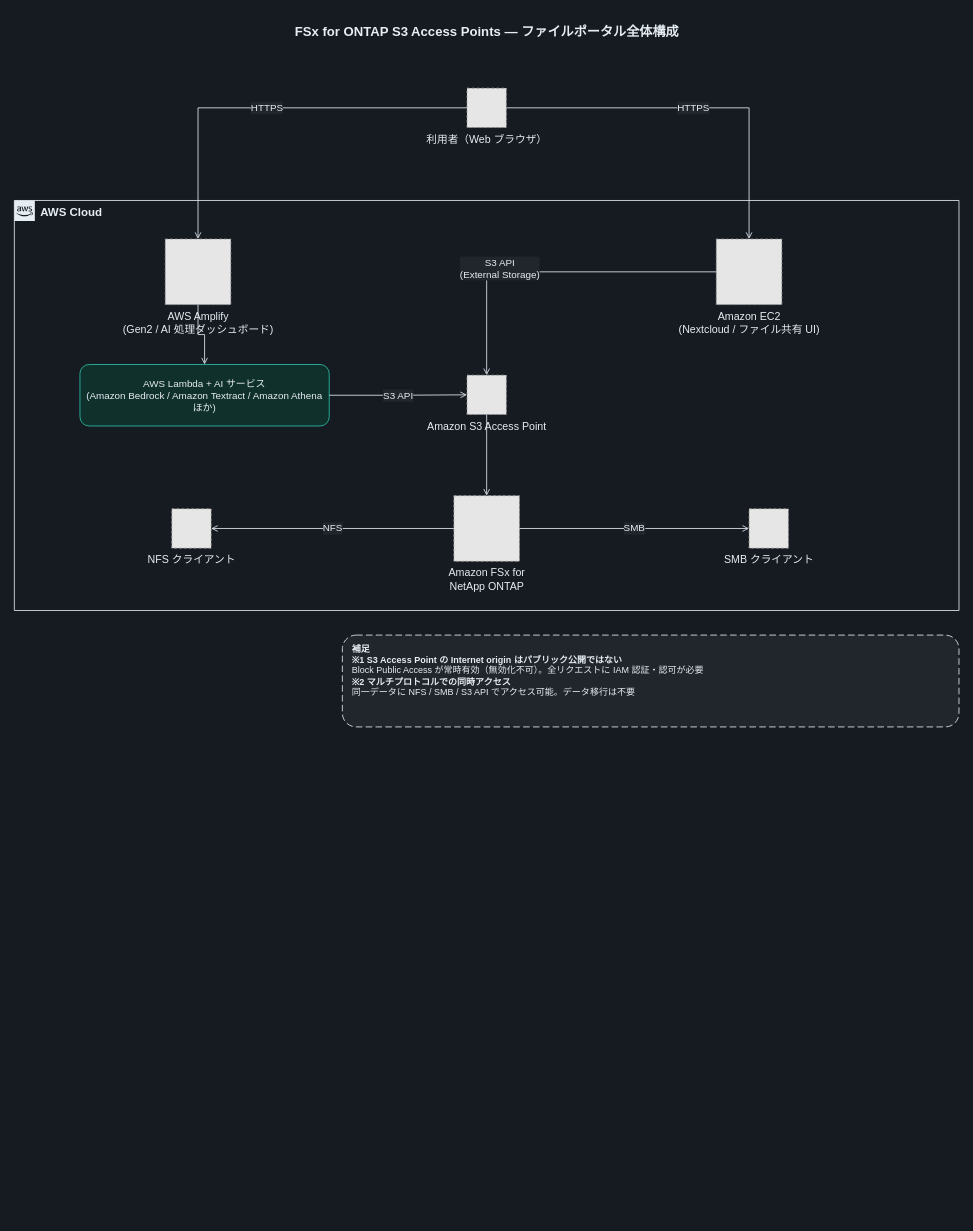
Above: docs/diagrams/dark/architecture-overview.drawio in Yoshiki0705/FSx-for-ONTAP-S3AccessPoints-Serverless-Patterns (draw.io), before the change. Source tidied: cells renumbered, new cells numbered last; positions are measured from the earlier drawing's top-left corner, leaving out a move shared by most shapes. Both pictures are drawn from the tidied source at 82%, with x=0, y=0 at pixel (14, 14). Pictures stored in the file or linked from it are replaced by grey dashed boxes.
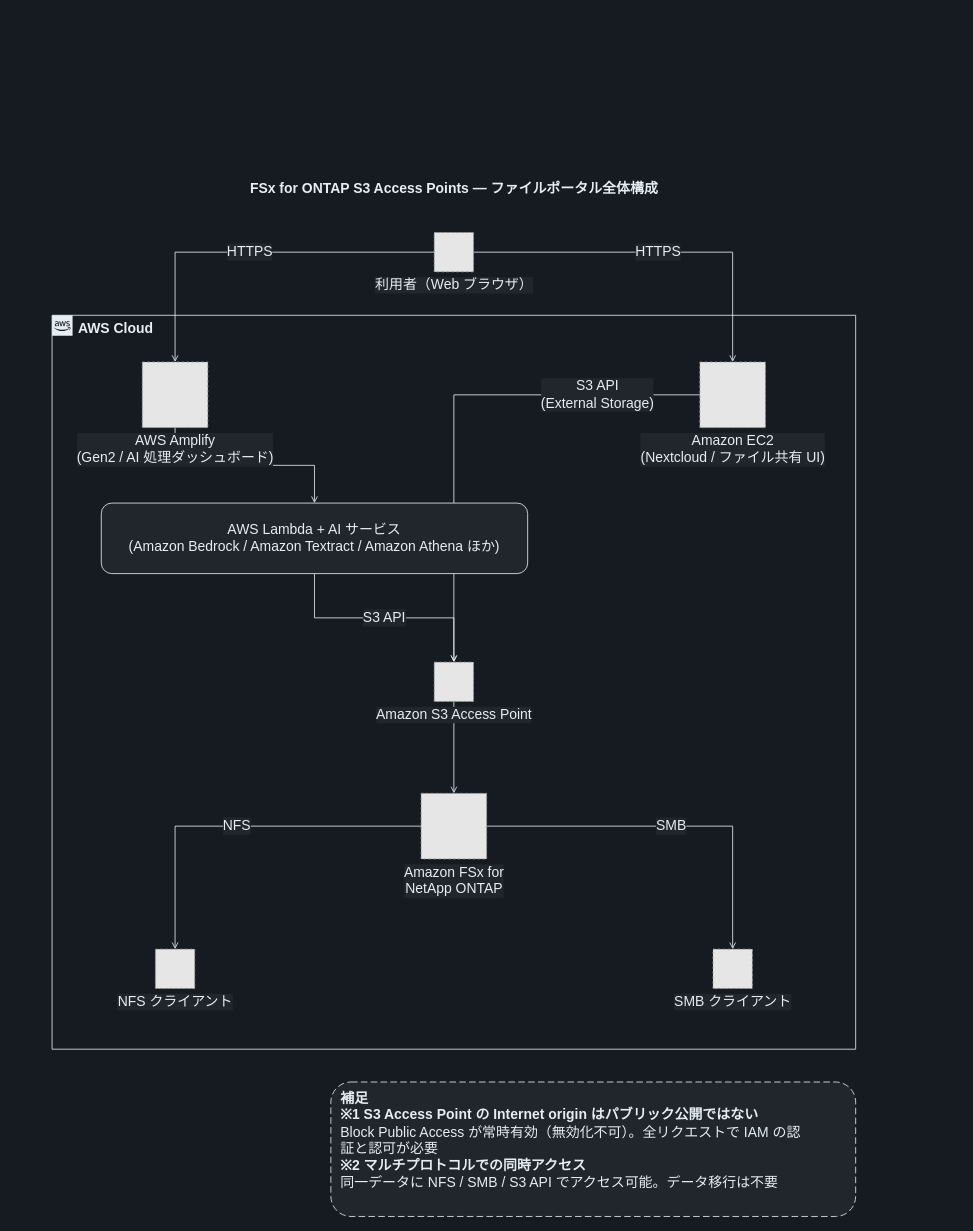
After the change.

Diff of the diagram source:
```diff
@@
-    <mxCell id="2" value="FSx for ONTAP S3 Access Points — ファイルポータル全体構成" style="text;html=1;align=center;verticalAlign=middle;fontSize=16;fontStyle=1;fontColor=#E6EDF3;" parent="1" vertex="1">
-      <mxGeometry width="1152" height="42" as="geometry" />
+    <mxCell id="2" value="FSx for ONTAP S3 Access Points — ファイルポータル全体構成" style="text;html=1;align=center;verticalAlign=middle;fontSize=17;fontStyle=1;fontColor=#E6EDF3;" parent="1" vertex="1">
+      <mxGeometry x="46" y="196" width="980" height="34" as="geometry" />
     </mxCell>
-    <mxCell id="3" value="利用者（Web ブラウザ）" style="fillColor=#E6E6E6;strokeColor=#999999;dashed=1;html=1;verticalLabelPosition=bottom;verticalAlign=top;labelPosition=center;align=center;fontSize=13;fontColor=#E6EDF3;" parent="1" vertex="1">
-      <mxGeometry x="552" y="90" width="48" height="48" as="geometry" />
-    </mxCell>
-    <mxCell id="4" value="AWS Cloud" style="gradientColor=none;html=1;whiteSpace=wrap;fontSize=14;fontStyle=1;shape=mxgraph.aws4.group;grIcon=mxgraph.aws4.group_aws_cloud_alt;strokeColor=#E6EDF3;fillColor=none;verticalAlign=top;align=left;spacingLeft=30;fontColor=#E6EDF3;dashed=0;" parent="1" vertex="1">
-      <mxGeometry y="227" width="1152" height="500" as="geometry" />
+    <mxCell id="4" value="AWS Cloud" style="gradientColor=none;html=1;whiteSpace=wrap;fontSize=17;fontStyle=1;shape=mxgraph.aws4.group;grIcon=mxgraph.aws4.group_aws_cloud_alt;strokeColor=#E6EDF3;fillColor=none;verticalAlign=top;align=left;spacingLeft=30;fontColor=#E6EDF3;dashed=0;" parent="1" vertex="1">
+      <mxGeometry x="46" y="367" width="980" height="895" as="geometry" />
     </mxCell>
-    <mxCell id="5" value="AWS Amplify&#10;(Gen2 / AI 処理ダッシュボード)" style="fillColor=#E6E6E6;strokeColor=#999999;dashed=1;html=1;verticalLabelPosition=bottom;verticalAlign=top;labelPosition=center;align=center;fontSize=13;fontColor=#E6EDF3;" parent="1" vertex="1">
-      <mxGeometry x="184" y="274" width="80" height="80" as="geometry" />
-    </mxCell>
-    <mxCell id="6" value="Amazon EC2&#10;(Nextcloud / ファイル共有 UI)" style="fillColor=#E6E6E6;strokeColor=#999999;dashed=1;html=1;verticalLabelPosition=bottom;verticalAlign=top;labelPosition=center;align=center;fontSize=13;fontColor=#E6EDF3;" parent="1" vertex="1">
-      <mxGeometry x="856" y="274" width="80" height="80" as="geometry" />
-    </mxCell>
-    <mxCell id="7" value="AWS Lambda + AI サービス&#10;(Amazon Bedrock / Amazon Textract / Amazon Athena ほか)" style="rounded=1;whiteSpace=wrap;html=1;fillColor=#10302C;strokeColor=#2BC4A9;dashed=0;fontSize=12;fontColor=#E6EDF3;verticalAlign=middle;align=center;" parent="1" vertex="1">
-      <mxGeometry x="80" y="427" width="304" height="75" as="geometry" />
-    </mxCell>
-    <mxCell id="8" value="Amazon S3 Access Point" style="fillColor=#E6E6E6;strokeColor=#999999;dashed=1;html=1;verticalLabelPosition=bottom;verticalAlign=top;labelPosition=center;align=center;fontSize=13;fontColor=#E6EDF3;" parent="1" vertex="1">
-      <mxGeometry x="552" y="440" width="48" height="48" as="geometry" />
-    </mxCell>
-    <mxCell id="9" value="Amazon FSx for&#10;NetApp ONTAP" style="fillColor=#E6E6E6;strokeColor=#999999;dashed=1;html=1;verticalLabelPosition=bottom;verticalAlign=top;labelPosition=center;align=center;fontSize=13;fontColor=#E6EDF3;" parent="1" vertex="1">
-      <mxGeometry x="536" y="587" width="80" height="80" as="geometry" />
-    </mxCell>
-    <mxCell id="10" value="NFS クライアント" style="fillColor=#E6E6E6;strokeColor=#999999;dashed=1;html=1;verticalLabelPosition=bottom;verticalAlign=top;labelPosition=center;align=center;fontSize=13;fontColor=#E6EDF3;" parent="1" vertex="1">
-      <mxGeometry x="192" y="603" width="48" height="48" as="geometry" />
-    </mxCell>
-    <mxCell id="11" value="SMB クライアント" style="fillColor=#E6E6E6;strokeColor=#999999;dashed=1;html=1;verticalLabelPosition=bottom;verticalAlign=top;labelPosition=center;align=center;fontSize=13;fontColor=#E6EDF3;" parent="1" vertex="1">
-      <mxGeometry x="896" y="603" width="48" height="48" as="geometry" />
-    </mxCell>
-    <mxCell id="12" value="HTTPS" style="edgeStyle=orthogonalEdgeStyle;rounded=0;jettySize=auto;html=1;endArrow=open;endFill=0;strokeColor=#E6EDF3;strokeWidth=1;fontSize=12;fontColor=#E6EDF3;labelBackgroundColor=#21262D;" parent="1" edge="1" source="3" target="5">
+    <mxCell id="12" value="HTTPS" style="edgeStyle=orthogonalEdgeStyle;rounded=0;jettySize=auto;html=1;endArrow=open;endFill=0;strokeColor=#E6EDF3;strokeWidth=1;fontSize=17;fontColor=#E6EDF3;labelBackgroundColor=#21262D;" parent="1" edge="1" source="3" target="5">
       <mxGeometry relative="1" as="geometry" />
     </mxCell>
-    <mxCell id="13" value="HTTPS" style="edgeStyle=orthogonalEdgeStyle;rounded=0;jettySize=auto;html=1;endArrow=open;endFill=0;strokeColor=#E6EDF3;strokeWidth=1;fontSize=12;fontColor=#E6EDF3;labelBackgroundColor=#21262D;" parent="1" edge="1" source="3" target="6">
+    <mxCell id="13" value="HTTPS" style="edgeStyle=orthogonalEdgeStyle;rounded=0;jettySize=auto;html=1;endArrow=open;endFill=0;strokeColor=#E6EDF3;strokeWidth=1;fontSize=17;fontColor=#E6EDF3;labelBackgroundColor=#21262D;" parent="1" edge="1" source="3" target="6">
       <mxGeometry relative="1" as="geometry" />
     </mxCell>
-    <mxCell id="14" style="edgeStyle=orthogonalEdgeStyle;rounded=0;jettySize=auto;html=1;endArrow=open;endFill=0;strokeColor=#E6EDF3;strokeWidth=1;fontSize=12;fontColor=#E6EDF3;labelBackgroundColor=#21262D;" parent="1" edge="1" source="5" target="7">
+    <mxCell id="14" style="edgeStyle=orthogonalEdgeStyle;rounded=0;jettySize=auto;html=1;endArrow=open;endFill=0;strokeColor=#E6EDF3;strokeWidth=1;fontSize=17;fontColor=#E6EDF3;labelBackgroundColor=#21262D;" parent="1" edge="1" source="5" target="7">
       <mxGeometry relative="1" as="geometry" />
     </mxCell>
-    <mxCell id="15" value="S3 API" style="edgeStyle=orthogonalEdgeStyle;rounded=0;jettySize=auto;html=1;endArrow=open;endFill=0;strokeColor=#E6EDF3;strokeWidth=1;fontSize=12;fontColor=#E6EDF3;labelBackgroundColor=#21262D;" parent="1" edge="1" source="7" target="8">
+    <mxCell id="15" value="S3 API" style="edgeStyle=orthogonalEdgeStyle;rounded=0;jettySize=auto;html=1;endArrow=open;endFill=0;strokeColor=#E6EDF3;strokeWidth=1;fontSize=17;fontColor=#E6EDF3;labelBackgroundColor=#21262D;" parent="1" edge="1" source="7" target="8">
       <mxGeometry relative="1" as="geometry" />
     </mxCell>
-    <mxCell id="16" value="S3 API&#10;(External Storage)" style="edgeStyle=orthogonalEdgeStyle;rounded=0;jettySize=auto;html=1;endArrow=open;endFill=0;strokeColor=#E6EDF3;strokeWidth=1;fontSize=12;fontColor=#E6EDF3;labelBackgroundColor=#21262D;" parent="1" edge="1" source="6" target="8">
-      <mxGeometry x="0.3" relative="1" as="geometry">
-        <mxPoint y="-4" as="offset" />
-      </mxGeometry>
+    <mxCell id="16" value="S3 API&lt;br&gt;(External Storage)" style="edgeStyle=orthogonalEdgeStyle;rounded=0;jettySize=auto;html=1;endArrow=open;endFill=0;strokeColor=#E6EDF3;strokeWidth=1;fontSize=17;fontColor=#E6EDF3;labelBackgroundColor=#21262D;" parent="1" edge="1" source="6" target="8">
+      <mxGeometry x="-0.6" relative="1" as="geometry" />
     </mxCell>
-    <mxCell id="17" style="edgeStyle=orthogonalEdgeStyle;rounded=0;jettySize=auto;html=1;endArrow=open;endFill=0;strokeColor=#E6EDF3;strokeWidth=1;fontSize=12;fontColor=#E6EDF3;labelBackgroundColor=#21262D;" parent="1" edge="1" source="8" target="9">
+    <mxCell id="17" style="edgeStyle=orthogonalEdgeStyle;rounded=0;jettySize=auto;html=1;endArrow=open;endFill=0;strokeColor=#E6EDF3;strokeWidth=1;fontSize=17;fontColor=#E6EDF3;labelBackgroundColor=#21262D;" parent="1" edge="1" source="8" target="9">
       <mxGeometry relative="1" as="geometry" />
     </mxCell>
-    <mxCell id="18" value="NFS" style="edgeStyle=orthogonalEdgeStyle;rounded=0;jettySize=auto;html=1;endArrow=open;endFill=0;strokeColor=#E6EDF3;strokeWidth=1;fontSize=12;fontColor=#E6EDF3;labelBackgroundColor=#21262D;" parent="1" edge="1" source="9" target="10">
+    <mxCell id="18" value="NFS" style="edgeStyle=orthogonalEdgeStyle;rounded=0;jettySize=auto;html=1;endArrow=open;endFill=0;strokeColor=#E6EDF3;strokeWidth=1;fontSize=17;fontColor=#E6EDF3;labelBackgroundColor=#21262D;" parent="1" edge="1" source="9" target="10">
       <mxGeometry relative="1" as="geometry" />
     </mxCell>
-    <mxCell id="19" value="SMB" style="edgeStyle=orthogonalEdgeStyle;rounded=0;jettySize=auto;html=1;endArrow=open;endFill=0;strokeColor=#E6EDF3;strokeWidth=1;fontSize=12;fontColor=#E6EDF3;labelBackgroundColor=#21262D;" parent="1" edge="1" source="9" target="11">
+    <mxCell id="19" value="SMB" style="edgeStyle=orthogonalEdgeStyle;rounded=0;jettySize=auto;html=1;endArrow=open;endFill=0;strokeColor=#E6EDF3;strokeWidth=1;fontSize=17;fontColor=#E6EDF3;labelBackgroundColor=#21262D;" parent="1" edge="1" source="9" target="11">
       <mxGeometry relative="1" as="geometry" />
     </mxCell>
-    <mxCell id="20" value="&lt;b&gt;補足&lt;/b&gt;&lt;br&gt;&lt;b&gt;※1 S3 Access Point の Internet origin はパブリック公開ではない&lt;/b&gt;&lt;br&gt;Block Public Access が常時有効（無効化不可）。全リクエストに IAM 認証・認可が必要&lt;br&gt;&lt;b&gt;※2 マルチプロトコルでの同時アクセス&lt;/b&gt;&lt;br&gt;同一データに NFS / SMB / S3 API でアクセス可能。データ移行は不要" style="rounded=1;whiteSpace=wrap;html=1;dashed=1;dashPattern=8 4;strokeColor=#E6EDF3;fillColor=#21262D;align=left;verticalAlign=top;spacingLeft=10;spacingTop=4;fontSize=11;fontColor=#E6EDF3;" parent="1" vertex="1">
-      <mxGeometry x="400" y="757" width="752" height="112" as="geometry" />
-    </mxCell>
+    <mxCell id="3" value="利用者（Web ブラウザ）" style="fillColor=#E6E6E6;strokeColor=#999999;dashed=1;html=1;verticalLabelPosition=bottom;verticalAlign=top;labelPosition=center;align=center;fontSize=17;fontColor=#E6EDF3;labelBackgroundColor=#21262D;" parent="1" vertex="1">
+      <mxGeometry x="512" y="266" width="48" height="48" as="geometry" />
+    </mxCell>
+    <mxCell id="5" value="AWS Amplify&lt;br&gt;(Gen2 / AI 処理ダッシュボード)" style="fillColor=#E6E6E6;strokeColor=#999999;dashed=1;html=1;verticalLabelPosition=bottom;verticalAlign=top;labelPosition=center;align=center;fontSize=17;fontColor=#E6EDF3;labelBackgroundColor=#21262D;" parent="1" vertex="1">
+      <mxGeometry x="156" y="424" width="80" height="80" as="geometry" />
+    </mxCell>
+    <mxCell id="6" value="Amazon EC2&lt;br&gt;(Nextcloud / ファイル共有 UI)" style="fillColor=#E6E6E6;strokeColor=#999999;dashed=1;html=1;verticalLabelPosition=bottom;verticalAlign=top;labelPosition=center;align=center;fontSize=17;fontColor=#E6EDF3;labelBackgroundColor=#21262D;" parent="1" vertex="1">
+      <mxGeometry x="836" y="424" width="80" height="80" as="geometry" />
+    </mxCell>
+    <mxCell id="7" value="AWS Lambda + AI サービス&lt;br&gt;(Amazon Bedrock / Amazon Textract / Amazon Athena ほか)" style="rounded=1;whiteSpace=wrap;html=1;dashed=0;strokeColor=#E6EDF3;fillColor=#21262D;align=center;verticalAlign=middle;fontSize=17;fontColor=#E6EDF3;" parent="1" vertex="1">
+      <mxGeometry x="106" y="596" width="520" height="86" as="geometry" />
+    </mxCell>
+    <mxCell id="8" value="Amazon S3 Access Point" style="fillColor=#E6E6E6;strokeColor=#999999;dashed=1;html=1;verticalLabelPosition=bottom;verticalAlign=top;labelPosition=center;align=center;fontSize=17;fontColor=#E6EDF3;labelBackgroundColor=#21262D;" parent="1" vertex="1">
+      <mxGeometry x="512" y="790" width="48" height="48" as="geometry" />
+    </mxCell>
+    <mxCell id="9" value="Amazon FSx for&lt;br&gt;NetApp ONTAP" style="fillColor=#E6E6E6;strokeColor=#999999;dashed=1;html=1;verticalLabelPosition=bottom;verticalAlign=top;labelPosition=center;align=center;fontSize=17;fontColor=#E6EDF3;labelBackgroundColor=#21262D;" parent="1" vertex="1">
+      <mxGeometry x="496" y="950" width="80" height="80" as="geometry" />
+    </mxCell>
+    <mxCell id="10" value="NFS クライアント" style="fillColor=#E6E6E6;strokeColor=#999999;dashed=1;html=1;verticalLabelPosition=bottom;verticalAlign=top;labelPosition=center;align=center;fontSize=17;fontColor=#E6EDF3;labelBackgroundColor=#21262D;" parent="1" vertex="1">
+      <mxGeometry x="172" y="1140" width="48" height="48" as="geometry" />
+    </mxCell>
+    <mxCell id="11" value="SMB クライアント" style="fillColor=#E6E6E6;strokeColor=#999999;dashed=1;html=1;verticalLabelPosition=bottom;verticalAlign=top;labelPosition=center;align=center;fontSize=17;fontColor=#E6EDF3;labelBackgroundColor=#21262D;" parent="1" vertex="1">
+      <mxGeometry x="852" y="1140" width="48" height="48" as="geometry" />
+    </mxCell>
+    <mxCell id="21" value="&lt;b&gt;補足&lt;/b&gt;&lt;br&gt;&lt;b&gt;※1 S3 Access Point の Internet origin はパブリック公開ではない&lt;/b&gt;&lt;br&gt;Block Public Access が常時有効（無効化不可）。全リクエストで IAM の認&lt;br&gt;証と認可が必要&lt;br&gt;&lt;b&gt;※2 マルチプロトコルでの同時アクセス&lt;/b&gt;&lt;br&gt;同一データに NFS / SMB / S3 API でアクセス可能。データ移行は不要" style="rounded=1;whiteSpace=wrap;html=1;dashed=1;dashPattern=8 4;strokeColor=#E6EDF3;fillColor=#21262D;align=left;verticalAlign=top;spacingLeft=10;spacingTop=4;fontSize=17;fontColor=#E6EDF3;" parent="1" vertex="1">
+      <mxGeometry x="386" y="1302" width="640" height="164" as="geometry" />
+    </mxCell>
```
